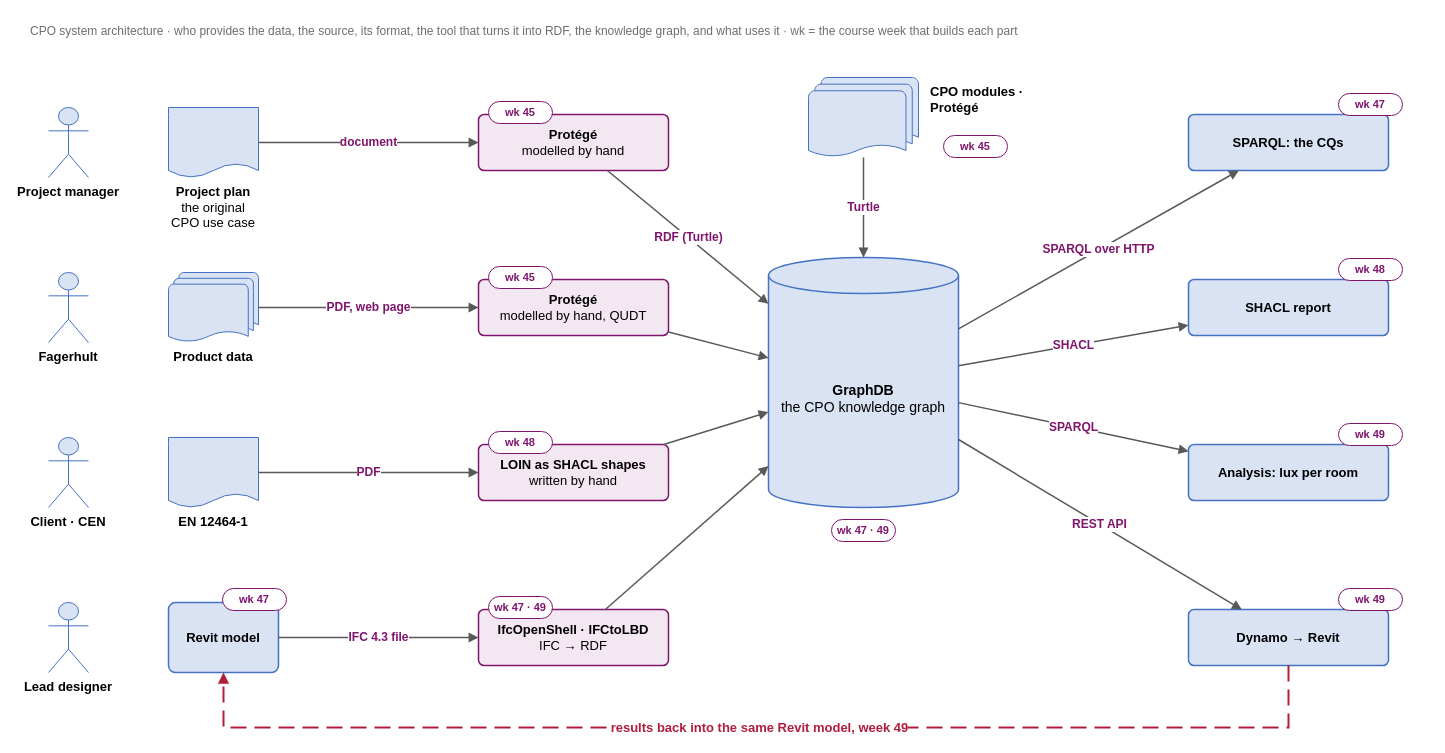
Above: architecture/cpo-architecture.drawio in RichZele/cpo (draw.io), before the change. Source tidied: cells renumbered, new cells numbered last; positions are measured from the earlier drawing's top-left corner, leaving out a move shared by most shapes. Both pictures are drawn from the tidied source at 100%, with x=0, y=0 at pixel (28, 17).
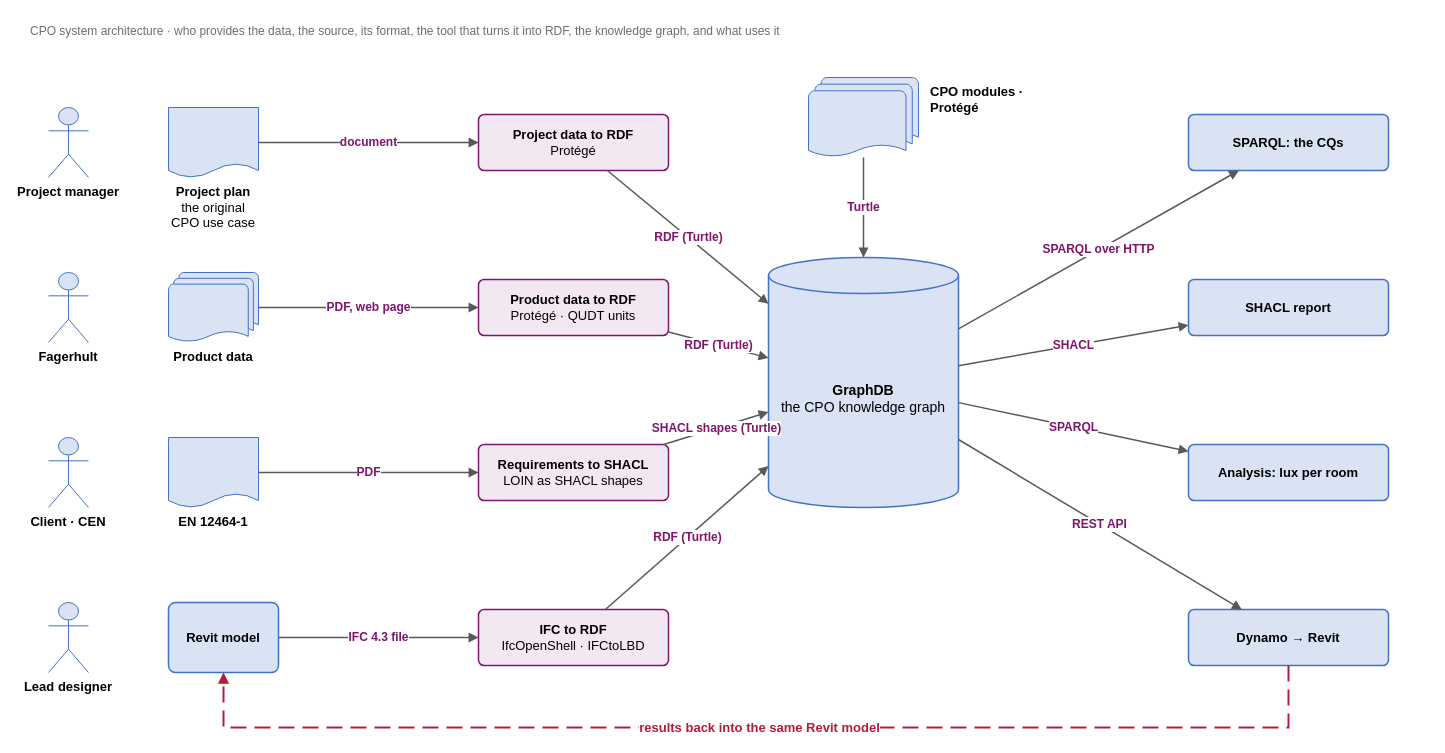
Above is the later version.

Commit message (it also covers changes not shown here):
System architecture: drop the course weeks, label every arrow, name each step before its tool

Unchanged cells that the change refers to:
```xml
<mxCell id="3" value="&lt;b&gt;GraphDB&lt;/b&gt;&lt;br&gt;the CPO knowledge graph" style="shape=cylinder3;whiteSpace=wrap;html=1;boundedLbl=1;backgroundOutline=1;size=18;fillColor=#DAE3F3;strokeColor=#4472C4;strokeWidth=1.5;fontSize=14;" parent="1" vertex="1">
  <mxGeometry x="740" y="240" width="190" height="250" as="geometry" />
</mxCell>
```

Change to the diagram source:
```diff
@@
-    <mxCell id="2" value="CPO system architecture · who provides the data, the source, its format, the tool that turns it into RDF, the knowledge graph, and what uses it · wk = the course week that builds each part" style="text;html=1;fontColor=#6E6E6E;align=left;" parent="1" vertex="1">
+    <mxCell id="2" value="CPO system architecture · who provides the data, the source, its format, the tool that turns it into RDF, the knowledge graph, and what uses it" style="text;html=1;fontColor=#6E6E6E;align=left;" parent="1" vertex="1">
       <mxGeometry width="1400" height="30" as="geometry" />
     </mxCell>
@@
-    <mxCell id="4" value="wk 47 · 49" style="rounded=1;arcSize=50;whiteSpace=wrap;html=1;fillColor=#FFFFFF;strokeColor=#7F156D;fontColor=#7F156D;fontStyle=1;fontSize=11;" parent="1" vertex="1">
-      <mxGeometry x="803" y="502" width="64" height="22" as="geometry" />
+    <mxCell id="4" value="Project manager" style="shape=umlActor;verticalLabelPosition=bottom;verticalAlign=top;html=1;fillColor=#DAE3F3;strokeColor=#4472C4;fontStyle=1;fontSize=13;whiteSpace=wrap;labelWidth=120;" parent="1" vertex="1">
+      <mxGeometry x="20" y="90" width="40" height="70" as="geometry" />
     </mxCell>
-    <mxCell id="5" value="Project manager" style="shape=umlActor;verticalLabelPosition=bottom;verticalAlign=top;html=1;outlineConnect=0;fillColor=#DAE3F3;strokeColor=#4472C4;fontStyle=1;fontSize=13;whiteSpace=wrap;labelWidth=120;" parent="1" vertex="1">
-      <mxGeometry x="20" y="90" width="40" height="70" as="geometry" />
+    <mxCell id="5" value="Project plan&lt;br&gt;&lt;span style=&quot;font-weight:normal&quot;&gt;the original CPO use case&lt;/span&gt;" style="shape=document;whiteSpace=wrap;html=1;boundedLbl=1;fillColor=#DAE3F3;strokeColor=#4472C4;size=0.2;verticalLabelPosition=bottom;verticalAlign=top;fontStyle=1;fontSize=13;" parent="1" vertex="1">
+      <mxGeometry x="140" y="90" width="90" height="70" as="geometry" />
     </mxCell>
-    <mxCell id="6" value="Project plan&lt;br&gt;&lt;span style=&quot;font-weight:normal&quot;&gt;the original CPO use case&lt;/span&gt;" style="shape=document;whiteSpace=wrap;html=1;boundedLbl=1;fillColor=#DAE3F3;strokeColor=#4472C4;size=0.2;verticalLabelPosition=bottom;verticalAlign=top;fontStyle=1;fontSize=13;" parent="1" vertex="1">
-      <mxGeometry x="140" y="90" width="90" height="70" as="geometry" />
+    <mxCell id="6" value="&lt;b&gt;Project data to RDF&lt;/b&gt;&lt;br&gt;Protégé" style="rounded=1;arcSize=10;whiteSpace=wrap;html=1;fillColor=#F3E8F2;strokeColor=#7F156D;strokeWidth=1.5;fontSize=13;" parent="1" vertex="1">
+      <mxGeometry x="450" y="97" width="190" height="56" as="geometry" />
     </mxCell>
-    <mxCell id="7" value="&lt;b&gt;Protégé&lt;/b&gt;&lt;br&gt;modelled by hand" style="rounded=1;arcSize=10;whiteSpace=wrap;html=1;fillColor=#F3E8F2;strokeColor=#7F156D;strokeWidth=1.5;fontSize=13;" parent="1" vertex="1">
-      <mxGeometry x="450" y="97" width="190" height="56" as="geometry" />
+    <mxCell id="7" value="document" style="html=1;rounded=0;endArrow=block;endFill=1;strokeColor=#595959;strokeWidth=1.5;fontColor=#7F156D;fontStyle=1;fontSize=12;labelBackgroundColor=#FFFFFF;" parent="1" edge="1" source="5" target="6">
+      <mxGeometry relative="1" as="geometry" />
     </mxCell>
-    <mxCell id="8" value="document" style="html=1;rounded=0;endArrow=block;endFill=1;strokeColor=#595959;strokeWidth=1.5;fontColor=#7F156D;fontStyle=1;fontSize=12;labelBackgroundColor=#FFFFFF;" parent="1" edge="1" source="6" target="7">
-      <mxGeometry relative="1" as="geometry" />
+    <mxCell id="8" value="Fagerhult" style="shape=umlActor;verticalLabelPosition=bottom;verticalAlign=top;html=1;fillColor=#DAE3F3;strokeColor=#4472C4;fontStyle=1;fontSize=13;whiteSpace=wrap;labelWidth=120;" parent="1" vertex="1">
+      <mxGeometry x="20" y="255" width="40" height="70" as="geometry" />
     </mxCell>
-    <mxCell id="9" value="wk 45" style="rounded=1;arcSize=50;whiteSpace=wrap;html=1;fillColor=#FFFFFF;strokeColor=#7F156D;fontColor=#7F156D;fontStyle=1;fontSize=11;" parent="1" vertex="1">
-      <mxGeometry x="460" y="84" width="64" height="22" as="geometry" />
+    <mxCell id="9" value="Product data" style="shape=mxgraph.flowchart.multi-document;whiteSpace=wrap;html=1;fillColor=#DAE3F3;strokeColor=#4472C4;verticalLabelPosition=bottom;verticalAlign=top;fontStyle=1;fontSize=13;" parent="1" vertex="1">
+      <mxGeometry x="140" y="255" width="90" height="70" as="geometry" />
     </mxCell>
-    <mxCell id="10" value="Fagerhult" style="shape=umlActor;verticalLabelPosition=bottom;verticalAlign=top;html=1;outlineConnect=0;fillColor=#DAE3F3;strokeColor=#4472C4;fontStyle=1;fontSize=13;whiteSpace=wrap;labelWidth=120;" parent="1" vertex="1">
-      <mxGeometry x="20" y="255" width="40" height="70" as="geometry" />
+    <mxCell id="10" value="&lt;b&gt;Product data to RDF&lt;/b&gt;&lt;br&gt;Protégé · QUDT units" style="rounded=1;arcSize=10;whiteSpace=wrap;html=1;fillColor=#F3E8F2;strokeColor=#7F156D;strokeWidth=1.5;fontSize=13;" parent="1" vertex="1">
+      <mxGeometry x="450" y="262" width="190" height="56" as="geometry" />
     </mxCell>
-    <mxCell id="11" value="Product data" style="shape=mxgraph.flowchart.multi-document;whiteSpace=wrap;html=1;fillColor=#DAE3F3;strokeColor=#4472C4;verticalLabelPosition=bottom;verticalAlign=top;fontStyle=1;fontSize=13;" parent="1" vertex="1">
-      <mxGeometry x="140" y="255" width="90" height="70" as="geometry" />
+    <mxCell id="11" value="PDF, web page" style="html=1;rounded=0;endArrow=block;endFill=1;strokeColor=#595959;strokeWidth=1.5;fontColor=#7F156D;fontStyle=1;fontSize=12;labelBackgroundColor=#FFFFFF;" parent="1" edge="1" source="9" target="10">
+      <mxGeometry relative="1" as="geometry" />
     </mxCell>
-    <mxCell id="12" value="&lt;b&gt;Protégé&lt;/b&gt;&lt;br&gt;modelled by hand, QUDT" style="rounded=1;arcSize=10;whiteSpace=wrap;html=1;fillColor=#F3E8F2;strokeColor=#7F156D;strokeWidth=1.5;fontSize=13;" parent="1" vertex="1">
-      <mxGeometry x="450" y="262" width="190" height="56" as="geometry" />
+    <mxCell id="12" value="Client · CEN" style="shape=umlActor;verticalLabelPosition=bottom;verticalAlign=top;html=1;outlineConnect=0;fillColor=#DAE3F3;strokeColor=#4472C4;fontStyle=1;fontSize=13;whiteSpace=wrap;labelWidth=120;" parent="1" vertex="1">
+      <mxGeometry x="20" y="420" width="40" height="70" as="geometry" />
     </mxCell>
-    <mxCell id="13" value="PDF, web page" style="html=1;rounded=0;endArrow=block;endFill=1;strokeColor=#595959;strokeWidth=1.5;fontColor=#7F156D;fontStyle=1;fontSize=12;labelBackgroundColor=#FFFFFF;" parent="1" edge="1" source="11" target="12">
-      <mxGeometry relative="1" as="geometry" />
+    <mxCell id="13" value="EN 12464-1" style="shape=document;whiteSpace=wrap;html=1;boundedLbl=1;fillColor=#DAE3F3;strokeColor=#4472C4;size=0.2;verticalLabelPosition=bottom;verticalAlign=top;fontStyle=1;fontSize=13;" parent="1" vertex="1">
+      <mxGeometry x="140" y="420" width="90" height="70" as="geometry" />
     </mxCell>
-    <mxCell id="14" value="wk 45" style="rounded=1;arcSize=50;whiteSpace=wrap;html=1;fillColor=#FFFFFF;strokeColor=#7F156D;fontColor=#7F156D;fontStyle=1;fontSize=11;" parent="1" vertex="1">
-      <mxGeometry x="460" y="249" width="64" height="22" as="geometry" />
+    <mxCell id="14" value="&lt;b&gt;Requirements to SHACL&lt;/b&gt;&lt;br&gt;LOIN as SHACL shapes" style="rounded=1;arcSize=10;whiteSpace=wrap;html=1;fillColor=#F3E8F2;strokeColor=#7F156D;strokeWidth=1.5;fontSize=13;" parent="1" vertex="1">
+      <mxGeometry x="450" y="427" width="190" height="56" as="geometry" />
     </mxCell>
-    <mxCell id="15" value="Client · CEN" style="shape=umlActor;verticalLabelPosition=bottom;verticalAlign=top;html=1;fillColor=#DAE3F3;strokeColor=#4472C4;fontStyle=1;fontSize=13;whiteSpace=wrap;labelWidth=120;" parent="1" vertex="1">
-      <mxGeometry x="20" y="420" width="40" height="70" as="geometry" />
+    <mxCell id="15" value="PDF" style="html=1;rounded=0;endArrow=block;endFill=1;strokeColor=#595959;strokeWidth=1.5;fontColor=#7F156D;fontStyle=1;fontSize=12;labelBackgroundColor=#FFFFFF;" parent="1" edge="1" source="13" target="14">
+      <mxGeometry relative="1" as="geometry" />
     </mxCell>
-    <mxCell id="16" value="EN 12464-1" style="shape=document;whiteSpace=wrap;html=1;boundedLbl=1;fillColor=#DAE3F3;strokeColor=#4472C4;size=0.2;verticalLabelPosition=bottom;verticalAlign=top;fontStyle=1;fontSize=13;" parent="1" vertex="1">
-      <mxGeometry x="140" y="420" width="90" height="70" as="geometry" />
+    <mxCell id="16" value="Lead designer" style="shape=umlActor;verticalLabelPosition=bottom;verticalAlign=top;html=1;outlineConnect=0;fillColor=#DAE3F3;strokeColor=#4472C4;fontStyle=1;fontSize=13;whiteSpace=wrap;labelWidth=120;" parent="1" vertex="1">
+      <mxGeometry x="20" y="585" width="40" height="70" as="geometry" />
     </mxCell>
-    <mxCell id="17" value="&lt;b&gt;LOIN as SHACL shapes&lt;/b&gt;&lt;br&gt;written by hand" style="rounded=1;arcSize=10;whiteSpace=wrap;html=1;fillColor=#F3E8F2;strokeColor=#7F156D;strokeWidth=1.5;fontSize=13;" parent="1" vertex="1">
-      <mxGeometry x="450" y="427" width="190" height="56" as="geometry" />
+    <mxCell id="17" value="&lt;b&gt;Revit model&lt;/b&gt;" style="rounded=1;arcSize=10;whiteSpace=wrap;html=1;fillColor=#DAE3F3;strokeColor=#4472C4;strokeWidth=1.5;fontSize=13;" parent="1" vertex="1">
+      <mxGeometry x="140" y="585" width="110" height="70" as="geometry" />
     </mxCell>
-    <mxCell id="18" value="PDF" style="html=1;rounded=0;endArrow=block;endFill=1;strokeColor=#595959;strokeWidth=1.5;fontColor=#7F156D;fontStyle=1;fontSize=12;labelBackgroundColor=#FFFFFF;" parent="1" edge="1" source="16" target="17">
-      <mxGeometry relative="1" as="geometry" />
+    <mxCell id="18" value="&lt;b&gt;IFC to RDF&lt;/b&gt;&lt;br&gt;IfcOpenShell · IFCtoLBD" style="rounded=1;arcSize=10;whiteSpace=wrap;html=1;fillColor=#F3E8F2;strokeColor=#7F156D;strokeWidth=1.5;fontSize=13;" parent="1" vertex="1">
+      <mxGeometry x="450" y="592" width="190" height="56" as="geometry" />
     </mxCell>
-    <mxCell id="19" value="wk 48" style="rounded=1;arcSize=50;whiteSpace=wrap;html=1;fillColor=#FFFFFF;strokeColor=#7F156D;fontColor=#7F156D;fontStyle=1;fontSize=11;" parent="1" vertex="1">
-      <mxGeometry x="460" y="414" width="64" height="22" as="geometry" />
+    <mxCell id="19" value="IFC 4.3 file" style="html=1;rounded=0;endArrow=block;endFill=1;strokeColor=#595959;strokeWidth=1.5;fontColor=#7F156D;fontStyle=1;fontSize=12;labelBackgroundColor=#FFFFFF;" parent="1" edge="1" source="17" target="18">
+      <mxGeometry relative="1" as="geometry" />
     </mxCell>
-    <mxCell id="20" value="Lead designer" style="shape=umlActor;verticalLabelPosition=bottom;verticalAlign=top;html=1;fillColor=#DAE3F3;strokeColor=#4472C4;fontStyle=1;fontSize=13;whiteSpace=wrap;labelWidth=120;" parent="1" vertex="1">
-      <mxGeometry x="20" y="585" width="40" height="70" as="geometry" />
+    <mxCell id="20" value="RDF (Turtle)" style="html=1;rounded=0;endArrow=block;endFill=1;strokeColor=#595959;strokeWidth=1.5;fontColor=#7F156D;fontStyle=1;fontSize=12;labelBackgroundColor=#FFFFFF;" parent="1" edge="1" source="6" target="3">
+      <mxGeometry relative="1" as="geometry" />
     </mxCell>
-    <mxCell id="21" value="&lt;b&gt;Revit model&lt;/b&gt;" style="rounded=1;arcSize=10;whiteSpace=wrap;html=1;fillColor=#DAE3F3;strokeColor=#4472C4;strokeWidth=1.5;fontSize=13;" parent="1" vertex="1">
-      <mxGeometry x="140" y="585" width="110" height="70" as="geometry" />
+    <mxCell id="21" value="RDF (Turtle)" style="html=1;rounded=0;endArrow=block;endFill=1;strokeColor=#595959;strokeWidth=1.5;fontColor=#7F156D;fontStyle=1;fontSize=12;labelBackgroundColor=#FFFFFF;" parent="1" edge="1" source="10" target="3">
+      <mxGeometry relative="1" as="geometry" />
     </mxCell>
-    <mxCell id="22" value="&lt;b&gt;IfcOpenShell · IFCtoLBD&lt;/b&gt;&lt;br&gt;IFC → RDF" style="rounded=1;arcSize=10;whiteSpace=wrap;html=1;fillColor=#F3E8F2;strokeColor=#7F156D;strokeWidth=1.5;fontSize=13;" parent="1" vertex="1">
-      <mxGeometry x="450" y="592" width="190" height="56" as="geometry" />
+    <mxCell id="22" value="SHACL shapes (Turtle)" style="html=1;rounded=0;endArrow=block;endFill=1;strokeColor=#595959;strokeWidth=1.5;fontColor=#7F156D;fontStyle=1;fontSize=12;labelBackgroundColor=#FFFFFF;" parent="1" edge="1" source="14" target="3">
+      <mxGeometry relative="1" as="geometry" />
     </mxCell>
-    <mxCell id="23" value="IFC 4.3 file" style="html=1;rounded=0;endArrow=block;endFill=1;strokeColor=#595959;strokeWidth=1.5;fontColor=#7F156D;fontStyle=1;fontSize=12;labelBackgroundColor=#FFFFFF;" parent="1" edge="1" source="21" target="22">
+    <mxCell id="23" value="RDF (Turtle)" style="html=1;rounded=0;endArrow=block;endFill=1;strokeColor=#595959;strokeWidth=1.5;fontColor=#7F156D;fontStyle=1;fontSize=12;labelBackgroundColor=#FFFFFF;" parent="1" edge="1" source="18" target="3">
       <mxGeometry relative="1" as="geometry" />
     </mxCell>
-    <mxCell id="24" value="wk 47 · 49" style="rounded=1;arcSize=50;whiteSpace=wrap;html=1;fillColor=#FFFFFF;strokeColor=#7F156D;fontColor=#7F156D;fontStyle=1;fontSize=11;" parent="1" vertex="1">
-      <mxGeometry x="460" y="579" width="64" height="22" as="geometry" />
+    <mxCell id="24" value="CPO modules · Protégé" style="shape=mxgraph.flowchart.multi-document;whiteSpace=wrap;html=1;fillColor=#DAE3F3;strokeColor=#4472C4;verticalLabelPosition=bottom;verticalAlign=top;fontStyle=1;fontSize=13;verticalLabelPosition=middle;labelPosition=right;align=left;spacingLeft=10;" parent="1" vertex="1">
+      <mxGeometry x="780" y="60" width="110" height="80" as="geometry" />
     </mxCell>
-    <mxCell id="25" value="wk 47" style="rounded=1;arcSize=50;whiteSpace=wrap;html=1;fillColor=#FFFFFF;strokeColor=#7F156D;fontColor=#7F156D;fontStyle=1;fontSize=11;" parent="1" vertex="1">
-      <mxGeometry x="194" y="571" width="64" height="22" as="geometry" />
+    <mxCell id="25" value="Turtle" style="html=1;rounded=0;endArrow=block;endFill=1;strokeColor=#595959;strokeWidth=1.5;fontColor=#7F156D;fontStyle=1;fontSize=12;labelBackgroundColor=#FFFFFF;" parent="1" edge="1" source="24" target="3">
+      <mxGeometry relative="1" as="geometry" />
     </mxCell>
-    <mxCell id="26" value="RDF (Turtle)" style="html=1;rounded=0;endArrow=block;endFill=1;strokeColor=#595959;strokeWidth=1.5;fontColor=#7F156D;fontStyle=1;fontSize=12;labelBackgroundColor=#FFFFFF;" parent="1" edge="1" source="7" target="3">
-      <mxGeometry relative="1" as="geometry" />
+    <mxCell id="26" value="&lt;b&gt;SPARQL: the CQs&lt;/b&gt;" style="rounded=1;arcSize=10;whiteSpace=wrap;html=1;fillColor=#DAE3F3;strokeColor=#4472C4;strokeWidth=1.5;fontSize=13;" parent="1" vertex="1">
+      <mxGeometry x="1160" y="97" width="200" height="56" as="geometry" />
     </mxCell>
-    <mxCell id="27" style="html=1;rounded=0;endArrow=block;endFill=1;strokeColor=#595959;strokeWidth=1.5;fontColor=#7F156D;fontStyle=1;fontSize=12;labelBackgroundColor=#FFFFFF;" parent="1" edge="1" source="12" target="3">
+    <mxCell id="27" value="SPARQL over HTTP" style="html=1;rounded=0;endArrow=block;endFill=1;strokeColor=#595959;strokeWidth=1.5;fontColor=#7F156D;fontStyle=1;fontSize=12;labelBackgroundColor=#FFFFFF;" parent="1" edge="1" source="3" target="26">
       <mxGeometry relative="1" as="geometry" />
     </mxCell>
-    <mxCell id="28" style="html=1;rounded=0;endArrow=block;endFill=1;strokeColor=#595959;strokeWidth=1.5;fontColor=#7F156D;fontStyle=1;fontSize=12;labelBackgroundColor=#FFFFFF;" parent="1" edge="1" source="17" target="3">
-      <mxGeometry relative="1" as="geometry" />
+    <mxCell id="28" value="&lt;b&gt;SHACL report&lt;/b&gt;" style="rounded=1;arcSize=10;whiteSpace=wrap;html=1;fillColor=#DAE3F3;strokeColor=#4472C4;strokeWidth=1.5;fontSize=13;" parent="1" vertex="1">
+      <mxGeometry x="1160" y="262" width="200" height="56" as="geometry" />
     </mxCell>
-    <mxCell id="29" style="html=1;rounded=0;endArrow=block;endFill=1;strokeColor=#595959;strokeWidth=1.5;fontColor=#7F156D;fontStyle=1;fontSize=12;labelBackgroundColor=#FFFFFF;" parent="1" edge="1" source="22" target="3">
+    <mxCell id="29" value="SHACL" style="html=1;rounded=0;endArrow=block;endFill=1;strokeColor=#595959;strokeWidth=1.5;fontColor=#7F156D;fontStyle=1;fontSize=12;labelBackgroundColor=#FFFFFF;" parent="1" edge="1" source="3" target="28">
       <mxGeometry relative="1" as="geometry" />
     </mxCell>
-    <mxCell id="30" value="CPO modules · Protégé" style="shape=mxgraph.flowchart.multi-document;whiteSpace=wrap;html=1;fillColor=#DAE3F3;strokeColor=#4472C4;verticalLabelPosition=bottom;verticalAlign=top;fontStyle=1;fontSize=13;verticalLabelPosition=middle;labelPosition=right;align=left;spacingLeft=10;" parent="1" vertex="1">
-      <mxGeometry x="780" y="60" width="110" height="80" as="geometry" />
+    <mxCell id="30" value="&lt;b&gt;Analysis: lux per room&lt;/b&gt;" style="rounded=1;arcSize=10;whiteSpace=wrap;html=1;fillColor=#DAE3F3;strokeColor=#4472C4;strokeWidth=1.5;fontSize=13;" parent="1" vertex="1">
+      <mxGeometry x="1160" y="427" width="200" height="56" as="geometry" />
     </mxCell>
-    <mxCell id="31" value="wk 45" style="rounded=1;arcSize=50;whiteSpace=wrap;html=1;fillColor=#FFFFFF;strokeColor=#7F156D;fontColor=#7F156D;fontStyle=1;fontSize=11;" parent="1" vertex="1">
-      <mxGeometry x="915" y="118" width="64" height="22" as="geometry" />
+    <mxCell id="31" value="SPARQL" style="html=1;rounded=0;endArrow=block;endFill=1;strokeColor=#595959;strokeWidth=1.5;fontColor=#7F156D;fontStyle=1;fontSize=12;labelBackgroundColor=#FFFFFF;" parent="1" edge="1" source="3" target="30">
+      <mxGeometry relative="1" as="geometry" />
     </mxCell>
-    <mxCell id="32" value="Turtle" style="html=1;rounded=0;endArrow=block;endFill=1;strokeColor=#595959;strokeWidth=1.5;fontColor=#7F156D;fontStyle=1;fontSize=12;labelBackgroundColor=#FFFFFF;" parent="1" edge="1" source="30" target="3">
-      <mxGeometry relative="1" as="geometry" />
+    <mxCell id="32" value="&lt;b&gt;Dynamo → Revit&lt;/b&gt;" style="rounded=1;arcSize=10;whiteSpace=wrap;html=1;fillColor=#DAE3F3;strokeColor=#4472C4;strokeWidth=1.5;fontSize=13;" parent="1" vertex="1">
+      <mxGeometry x="1160" y="592" width="200" height="56" as="geometry" />
     </mxCell>
-    <mxCell id="33" value="&lt;b&gt;SPARQL: the CQs&lt;/b&gt;" style="rounded=1;arcSize=10;whiteSpace=wrap;html=1;fillColor=#DAE3F3;strokeColor=#4472C4;strokeWidth=1.5;fontSize=13;" parent="1" vertex="1">
-      <mxGeometry x="1160" y="97" width="200" height="56" as="geometry" />
+    <mxCell id="33" value="REST API" style="html=1;rounded=0;endArrow=block;endFill=1;strokeColor=#595959;strokeWidth=1.5;fontColor=#7F156D;fontStyle=1;fontSize=12;labelBackgroundColor=#FFFFFF;" parent="1" edge="1" source="3" target="32">
+      <mxGeometry relative="1" as="geometry" />
     </mxCell>
-    <mxCell id="34" value="SPARQL over HTTP" style="html=1;rounded=0;endArrow=block;endFill=1;strokeColor=#595959;strokeWidth=1.5;fontColor=#7F156D;fontStyle=1;fontSize=12;labelBackgroundColor=#FFFFFF;" parent="1" edge="1" source="3" target="33">
-      <mxGeometry relative="1" as="geometry" />
+    <mxCell id="34" value="results back into the same Revit model" style="html=1;rounded=0;edgeStyle=orthogonalEdgeStyle;endArrow=block;endFill=1;dashed=1;dashPattern=8 4;strokeColor=#B01E3C;strokeWidth=2;fontColor=#B01E3C;fontStyle=1;fontSize=13;labelBackgroundColor=#FFFFFF;" parent="1" edge="1" source="32" target="17">
+      <mxGeometry relative="1" as="geometry">
+        <Array as="points">
+          <mxPoint x="1260" y="710" />
+          <mxPoint x="195" y="710" />
+        </Array>
+      </mxGeometry>
     </mxCell>
-    <mxCell id="35" value="wk 47" style="rounded=1;arcSize=50;whiteSpace=wrap;html=1;fillColor=#FFFFFF;strokeColor=#7F156D;fontColor=#7F156D;fontStyle=1;fontSize=11;" parent="1" vertex="1">
-      <mxGeometry x="1310" y="76" width="64" height="22" as="geometry" />
-    </mxCell>
-    <mxCell id="36" value="&lt;b&gt;SHACL report&lt;/b&gt;" style="rounded=1;arcSize=10;whiteSpace=wrap;html=1;fillColor=#DAE3F3;strokeColor=#4472C4;strokeWidth=1.5;fontSize=13;" parent="1" vertex="1">
-      <mxGeometry x="1160" y="262" width="200" height="56" as="geometry" />
-    </mxCell>
-    <mxCell id="37" value="SHACL" style="html=1;rounded=0;endArrow=block;endFill=1;strokeColor=#595959;strokeWidth=1.5;fontColor=#7F156D;fontStyle=1;fontSize=12;labelBackgroundColor=#FFFFFF;" parent="1" edge="1" source="3" target="36">
-      <mxGeometry relative="1" as="geometry" />
-    </mxCell>
-    <mxCell id="38" value="wk 48" style="rounded=1;arcSize=50;whiteSpace=wrap;html=1;fillColor=#FFFFFF;strokeColor=#7F156D;fontColor=#7F156D;fontStyle=1;fontSize=11;" parent="1" vertex="1">
-      <mxGeometry x="1310" y="241" width="64" height="22" as="geometry" />
-    </mxCell>
-    <mxCell id="39" value="&lt;b&gt;Analysis: lux per room&lt;/b&gt;" style="rounded=1;arcSize=10;whiteSpace=wrap;html=1;fillColor=#DAE3F3;strokeColor=#4472C4;strokeWidth=1.5;fontSize=13;" parent="1" vertex="1">
-      <mxGeometry x="1160" y="427" width="200" height="56" as="geometry" />
-    </mxCell>
-    <mxCell id="40" value="SPARQL" style="html=1;rounded=0;endArrow=block;endFill=1;strokeColor=#595959;strokeWidth=1.5;fontColor=#7F156D;fontStyle=1;fontSize=12;labelBackgroundColor=#FFFFFF;" parent="1" edge="1" source="3" target="39">
-      <mxGeometry relative="1" as="geometry" />
-    </mxCell>
-    <mxCell id="41" value="wk 49" style="rounded=1;arcSize=50;whiteSpace=wrap;html=1;fillColor=#FFFFFF;strokeColor=#7F156D;fontColor=#7F156D;fontStyle=1;fontSize=11;" parent="1" vertex="1">
-      <mxGeometry x="1310" y="406" width="64" height="22" as="geometry" />
-    </mxCell>
-    <mxCell id="42" value="&lt;b&gt;Dynamo → Revit&lt;/b&gt;" style="rounded=1;arcSize=10;whiteSpace=wrap;html=1;fillColor=#DAE3F3;strokeColor=#4472C4;strokeWidth=1.5;fontSize=13;" parent="1" vertex="1">
-      <mxGeometry x="1160" y="592" width="200" height="56" as="geometry" />
-    </mxCell>
-    <mxCell id="43" value="REST API" style="html=1;rounded=0;endArrow=block;endFill=1;strokeColor=#595959;strokeWidth=1.5;fontColor=#7F156D;fontStyle=1;fontSize=12;labelBackgroundColor=#FFFFFF;" parent="1" edge="1" source="3" target="42">
-      <mxGeometry relative="1" as="geometry" />
-    </mxCell>
-    <mxCell id="44" value="wk 49" style="rounded=1;arcSize=50;whiteSpace=wrap;html=1;fillColor=#FFFFFF;strokeColor=#7F156D;fontColor=#7F156D;fontStyle=1;fontSize=11;" parent="1" vertex="1">
-      <mxGeometry x="1310" y="571" width="64" height="22" as="geometry" />
-    </mxCell>
-    <mxCell id="45" value="results back into the same Revit model, week 49" style="html=1;rounded=0;edgeStyle=orthogonalEdgeStyle;endArrow=block;endFill=1;dashed=1;dashPattern=8 4;strokeColor=#B01E3C;strokeWidth=2;fontColor=#B01E3C;fontStyle=1;fontSize=13;labelBackgroundColor=#FFFFFF;" parent="1" edge="1" source="42" target="21">
-      <mxGeometry relative="1" as="geometry">
-        <Array as="points">
-          <mxPoint x="1260" y="710" />
-          <mxPoint x="195" y="710" />
-        </Array>
-      </mxGeometry>
-    </mxCell>
```
